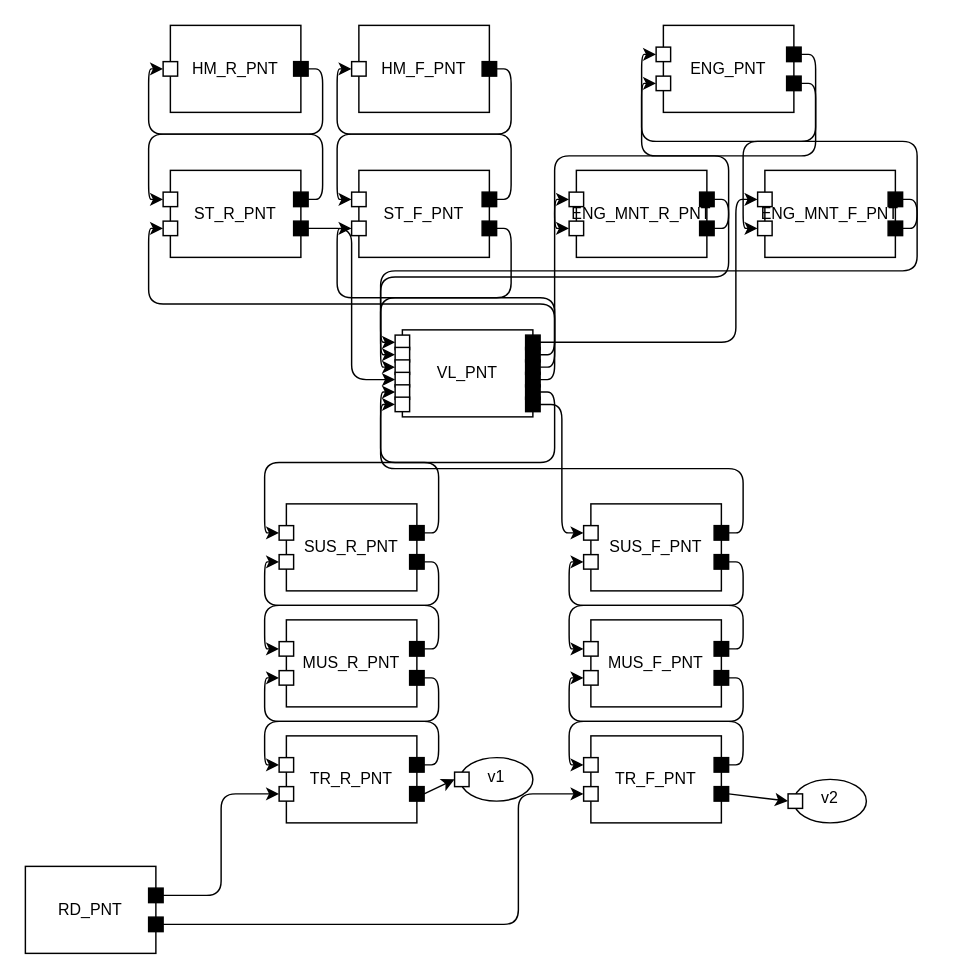
Earlier version of the draw.io diagram page "Vehicle" (30 of 30) of JuliaMBD-sample-okamura2/METI_Vertical_Vibration.drawio (JuliaMBD/JuliaMBD-sample). Source tidied: cells renumbered, new cells numbered last; positions are measured from the earlier drawing's top-left corner, leaving out a move shared by most shapes. Both pictures are drawn from the tidied source at 145%, with x=0, y=0 at pixel (25, 25).
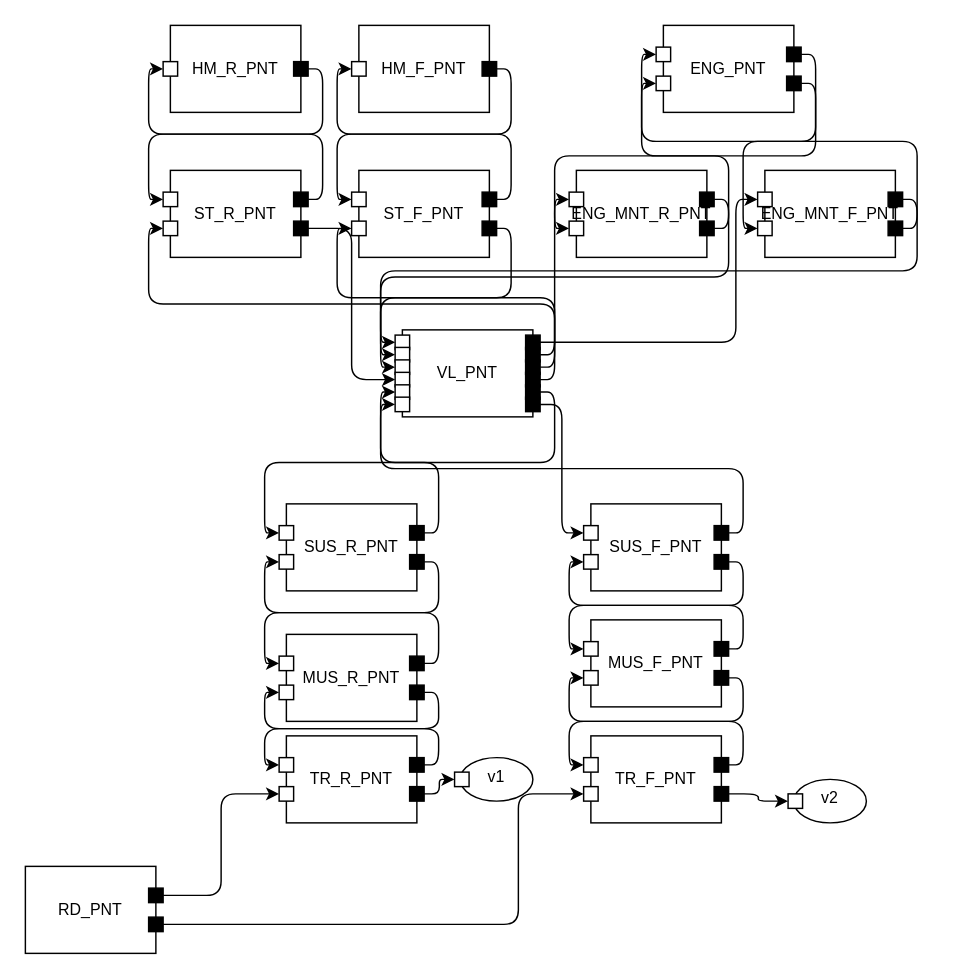
The same diagram, later.

Unchanged cells that the change refers to:
```xml
<mxCell id="19" style="whiteSpace=wrap;html=1;snapToPoint=1;points=[[1,0.5,0,0,0]];noLabel=0;overflow=visible;fillColor=#000000;labelBackgroundColor=none;" parent="15" vertex="1">
  <mxGeometry x="85" y="35" width="10" height="10" as="geometry" />
</mxCell>
<mxCell id="24" style="whiteSpace=wrap;html=1;snapToPoint=1;points=[[1,0.5,0,0,0]];noLabel=0;overflow=visible;fillColor=#000000;labelBackgroundColor=none;" parent="20" vertex="1">
  <mxGeometry x="85" y="35" width="10" height="10" as="geometry" />
</mxCell>
<mxCell id="110" value="&lt;p style=&quot;line-height: 100%;&quot;&gt;&lt;br&gt;&lt;/p&gt;" style="whiteSpace=wrap;html=1;snapToPoint=1;points=[[0,0.5,0,0,0]];noLabel=0;overflow=visible;direction=east;labelBackgroundColor=none;" parent="109" vertex="1">
  <mxGeometry x="-4" y="10" width="10" height="10" as="geometry" />
</mxCell>
<mxCell id="112" value="&lt;p style=&quot;line-height: 100%;&quot;&gt;&lt;br&gt;&lt;/p&gt;" style="whiteSpace=wrap;html=1;snapToPoint=1;points=[[0,0.5,0,0,0]];noLabel=0;overflow=visible;direction=east;labelBackgroundColor=none;" parent="111" vertex="1">
  <mxGeometry x="-4" y="10" width="10" height="10" as="geometry" />
</mxCell>
```

What changed in the source:
```diff
@@
     <object id="25" label="%block%" block="MUS_R_PNT" placeholders="1">
       <mxCell style="rounded=0;whiteSpace=wrap;html=1;fontSize=11;labelBackgroundColor=none;" parent="1" vertex="1">
-        <mxGeometry x="180" y="410" width="90" height="60" as="geometry" />
+        <mxGeometry x="180" y="420" width="90" height="60" as="geometry" />
       </mxCell>
     </object>
@@
-    <mxCell id="113" style="edgeStyle=none;html=1;exitX=1;exitY=0.5;exitDx=0;exitDy=0;exitPerimeter=0;entryX=0;entryY=0.5;entryDx=0;entryDy=0;entryPerimeter=0;" parent="1" edge="1" source="24" target="110">
+    <mxCell id="113" style="edgeStyle=orthogonalEdgeStyle;html=1;exitX=1;exitY=0.5;exitDx=0;exitDy=0;exitPerimeter=0;entryX=0;entryY=0.5;entryDx=0;entryDy=0;entryPerimeter=0;" parent="1" edge="1" source="24" target="110">
       <mxGeometry relative="1" as="geometry" />
     </mxCell>
-    <mxCell id="114" style="edgeStyle=none;html=1;exitX=1;exitY=0.5;exitDx=0;exitDy=0;exitPerimeter=0;entryX=0;entryY=0.5;entryDx=0;entryDy=0;entryPerimeter=0;" parent="1" edge="1" source="19" target="112">
+    <mxCell id="114" style="edgeStyle=orthogonalEdgeStyle;html=1;exitX=1;exitY=0.5;exitDx=0;exitDy=0;exitPerimeter=0;entryX=0;entryY=0.5;entryDx=0;entryDy=0;entryPerimeter=0;" parent="1" edge="1" source="19" target="112">
       <mxGeometry relative="1" as="geometry" />
     </mxCell>
```
